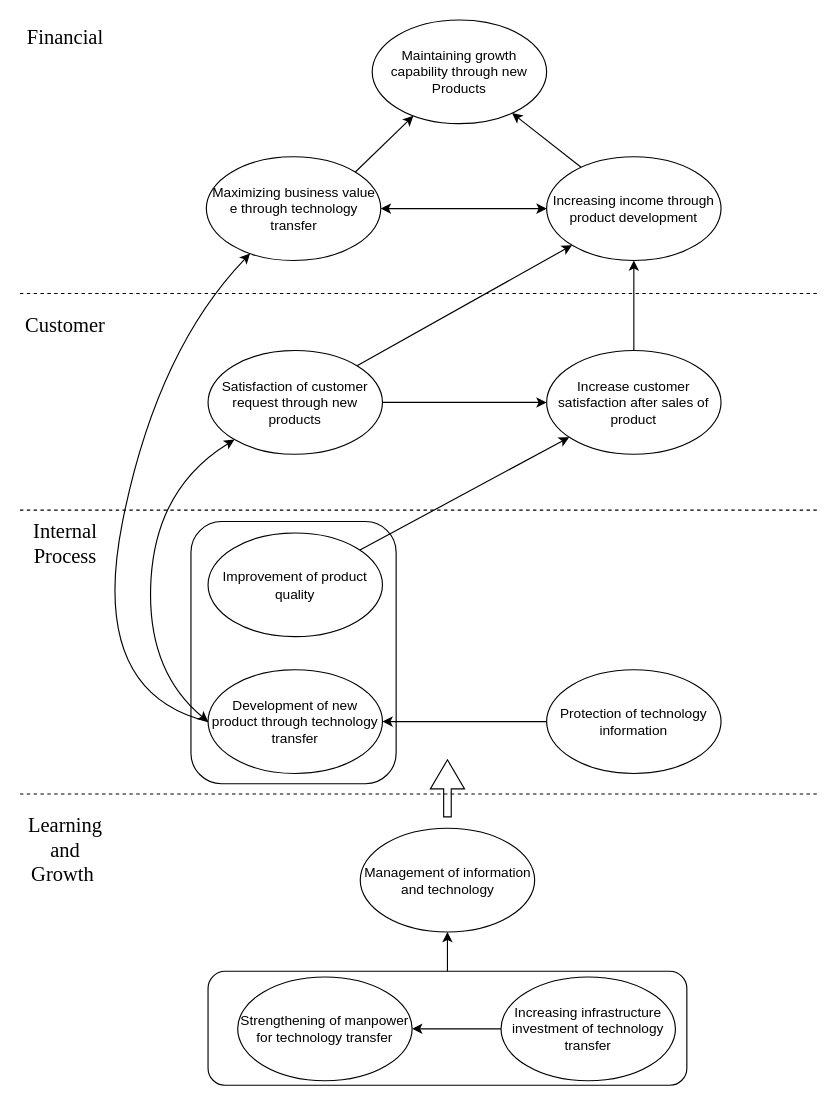
The draw.io diagram Case1.drawio in jetorz/diagrams, before the edit. Source tidied: cells renumbered, new cells numbered last; positions are measured from the earlier drawing's top-left corner, leaving out a move shared by most shapes. Both pictures are drawn from the tidied source at 114%, with x=0, y=0 at pixel (19, 19).
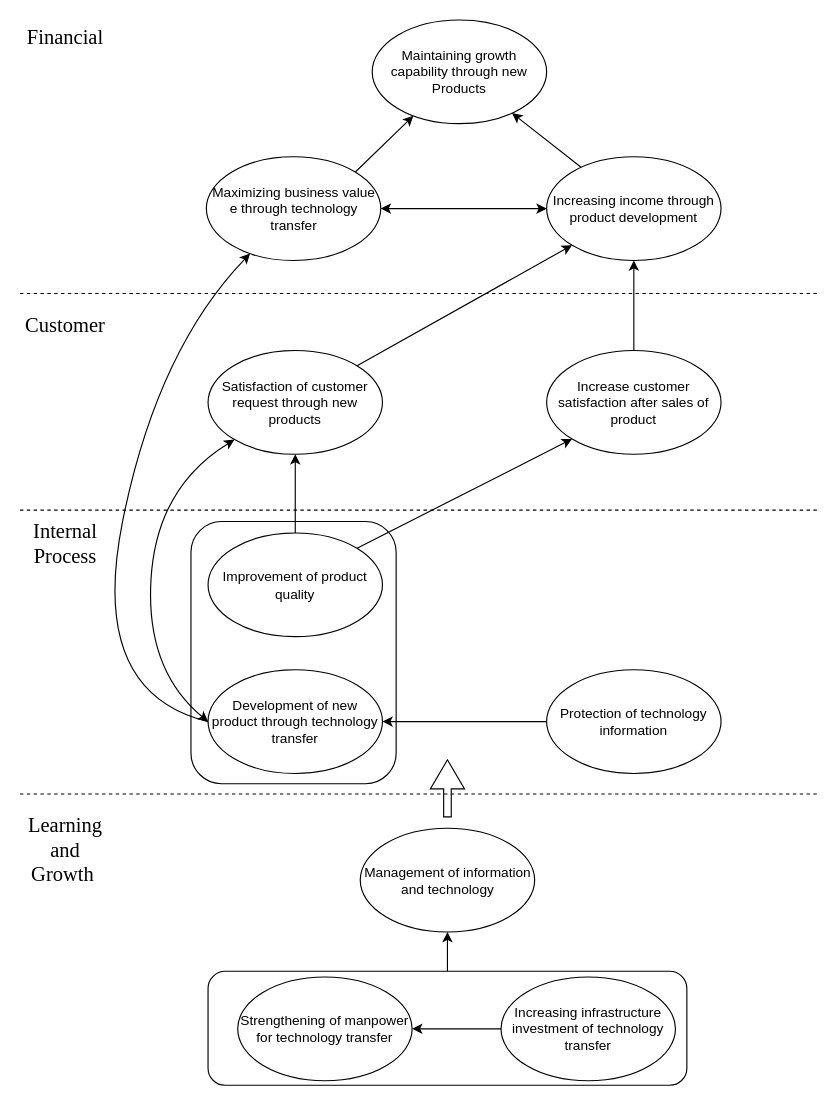
The same page after the edit.

The change refers to these unchanged cells:
```xml
<mxCell id="19" value="Improvement of product quality" style="ellipse;whiteSpace=wrap;html=1;" parent="1" vertex="1">
  <mxGeometry x="165" y="450" width="153" height="91" as="geometry" />
</mxCell>
<mxCell id="22" value="Increase customer satisfaction after sales of product" style="ellipse;whiteSpace=wrap;html=1;" parent="1" vertex="1">
  <mxGeometry x="462" y="290" width="153" height="91" as="geometry" />
</mxCell>
<mxCell id="25" value="Satisfaction of customer request through new products" style="ellipse;whiteSpace=wrap;html=1;" parent="1" vertex="1">
  <mxGeometry x="165" y="290" width="153" height="91" as="geometry" />
</mxCell>
```

Diff of the diagram source:
```diff
@@
+    <mxCell id="35" style="rounded=0;jettySize=auto;html=1;exitX=1;exitY=0;exitDx=0;exitDy=0;entryX=0;entryY=1;entryDx=0;entryDy=0;" parent="1" edge="1" source="19" target="22">
+      <mxGeometry relative="1" as="geometry" />
+    </mxCell>
@@
-    <mxCell id="23" style="edgeStyle=orthogonalEdgeStyle;rounded=0;jettySize=auto;html=1;entryX=0;entryY=0.5;entryDx=0;entryDy=0;" parent="1" edge="1" source="25" target="22">
-      <mxGeometry relative="1" as="geometry" />
-    </mxCell>
@@
-    <mxCell id="26" style="endArrow=classic;html=1;" parent="1" edge="1" source="19" target="22">
+    <mxCell id="26" style="endArrow=classic;html=1;" parent="1" edge="1" source="19" target="25">
       <mxGeometry relative="1" as="geometry" />
     </mxCell>
```
